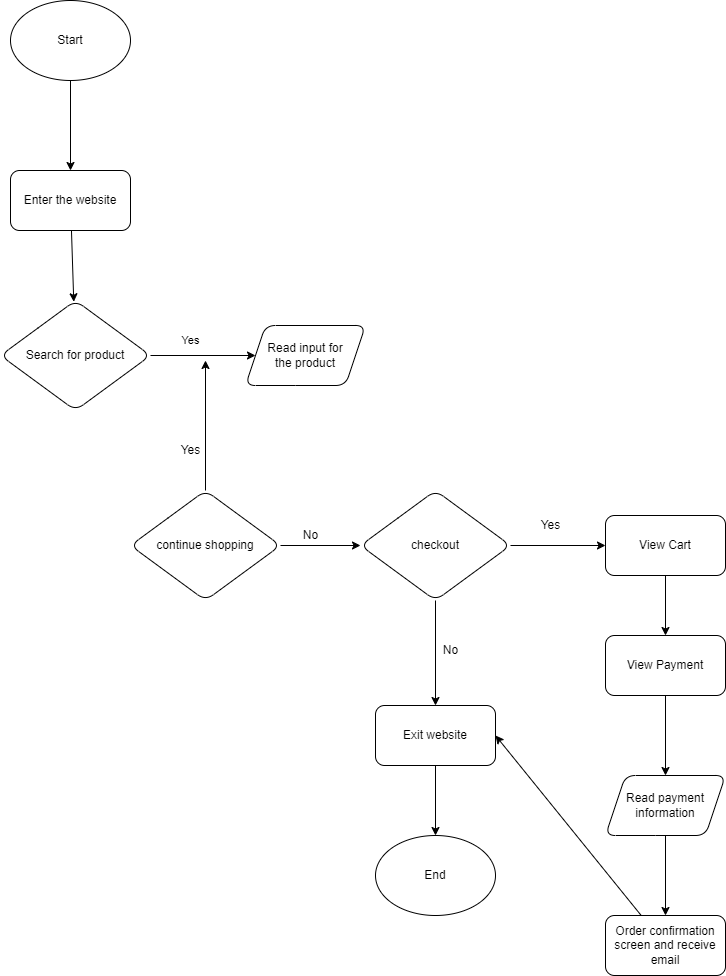
Before: explore/diagramming/diagram.drawio.png, a diagram exported from draw.io (shjucsd/sp24-cse110-lab4). Source tidied: cells renumbered, new cells last; positions are measured from the earlier drawing's top-left corner, leaving out a move shared by most shapes. Source of this version:
```xml
<mxGraphModel>
  <root>
    <mxCell id="0" />
    <mxCell id="1" parent="0" />
    <mxCell id="2" style="edgeStyle=none;html=1;" parent="1" edge="1" source="3">
      <mxGeometry relative="1" as="geometry">
        <mxPoint x="70" y="170" as="targetPoint" />
      </mxGeometry>
    </mxCell>
    <mxCell id="3" value="Start" style="ellipse;whiteSpace=wrap;html=1;" parent="1" vertex="1">
      <mxGeometry x="10" width="120" height="80" as="geometry" />
    </mxCell>
    <mxCell id="4" style="edgeStyle=none;html=1;" parent="1" edge="1" source="5" target="8">
      <mxGeometry relative="1" as="geometry" />
    </mxCell>
    <mxCell id="5" value="Enter the website" style="rounded=1;whiteSpace=wrap;html=1;" parent="1" vertex="1">
      <mxGeometry x="10" y="170" width="120" height="60" as="geometry" />
    </mxCell>
    <mxCell id="6" style="edgeStyle=none;html=1;" parent="1" edge="1" source="8" target="9">
      <mxGeometry relative="1" as="geometry" />
    </mxCell>
    <mxCell id="7" value="Yes" style="edgeLabel;html=1;align=center;verticalAlign=middle;" parent="6" vertex="1">
      <mxGeometry x="-0.43" y="6" relative="1" as="geometry">
        <mxPoint x="10" y="-9" as="offset" />
      </mxGeometry>
    </mxCell>
    <mxCell id="8" value="Search for product" style="rhombus;whiteSpace=wrap;html=1;rounded=1;" parent="1" vertex="1">
      <mxGeometry y="300" width="150" height="110" as="geometry" />
    </mxCell>
    <mxCell id="9" value="Read input for&lt;br&gt;the product" style="shape=parallelogram;perimeter=parallelogramPerimeter;whiteSpace=wrap;html=1;fixedSize=1;rounded=1;" parent="1" vertex="1">
      <mxGeometry x="245" y="325" width="120" height="60" as="geometry" />
    </mxCell>
    <mxCell id="10" style="edgeStyle=none;html=1;" parent="1" edge="1" source="12">
      <mxGeometry relative="1" as="geometry">
        <mxPoint x="205" y="360" as="targetPoint" />
      </mxGeometry>
    </mxCell>
    <mxCell id="11" style="edgeStyle=none;html=1;" parent="1" edge="1" source="12" target="16">
      <mxGeometry relative="1" as="geometry" />
    </mxCell>
    <mxCell id="12" value="continue shopping" style="rhombus;whiteSpace=wrap;html=1;rounded=1;" parent="1" vertex="1">
      <mxGeometry x="130" y="490" width="150" height="110" as="geometry" />
    </mxCell>
    <mxCell id="13" value="Yes" style="text;html=1;align=center;verticalAlign=middle;strokeColor=none;fillColor=none;" parent="1" vertex="1">
      <mxGeometry x="170" y="435" width="40" height="30" as="geometry" />
    </mxCell>
    <mxCell id="14" style="edgeStyle=none;html=1;startArrow=none;" parent="1" edge="1" target="19">
      <mxGeometry relative="1" as="geometry">
        <mxPoint x="570" y="545" as="sourcePoint" />
      </mxGeometry>
    </mxCell>
    <mxCell id="15" style="edgeStyle=none;html=1;" parent="1" edge="1" source="16" target="23">
      <mxGeometry relative="1" as="geometry" />
    </mxCell>
    <mxCell id="16" value="checkout" style="rhombus;whiteSpace=wrap;html=1;rounded=1;" parent="1" vertex="1">
      <mxGeometry x="360" y="490" width="150" height="110" as="geometry" />
    </mxCell>
    <mxCell id="17" value="No" style="text;html=1;align=center;verticalAlign=middle;strokeColor=none;fillColor=none;" parent="1" vertex="1">
      <mxGeometry x="290" y="520" width="40" height="30" as="geometry" />
    </mxCell>
    <mxCell id="18" style="edgeStyle=none;html=1;exitX=0.5;exitY=1;exitDx=0;exitDy=0;entryX=0.5;entryY=0;entryDx=0;entryDy=0;" parent="1" edge="1" source="19" target="26">
      <mxGeometry relative="1" as="geometry" />
    </mxCell>
    <mxCell id="19" value="View Cart" style="whiteSpace=wrap;html=1;rounded=1;" parent="1" vertex="1">
      <mxGeometry x="605" y="515" width="120" height="60" as="geometry" />
    </mxCell>
    <mxCell id="20" style="edgeStyle=none;html=1;endArrow=none;" parent="1" edge="1" source="16">
      <mxGeometry relative="1" as="geometry">
        <mxPoint x="590" y="545" as="targetPoint" />
      </mxGeometry>
    </mxCell>
    <mxCell id="21" value="Yes" style="text;html=1;align=center;verticalAlign=middle;strokeColor=none;fillColor=none;" parent="1" vertex="1">
      <mxGeometry x="530" y="510" width="40" height="30" as="geometry" />
    </mxCell>
    <mxCell id="22" style="edgeStyle=none;html=1;exitX=0.5;exitY=1;exitDx=0;exitDy=0;entryX=0.5;entryY=0;entryDx=0;entryDy=0;" parent="1" edge="1" source="23" target="31">
      <mxGeometry relative="1" as="geometry" />
    </mxCell>
    <mxCell id="23" value="Exit website" style="whiteSpace=wrap;html=1;rounded=1;" parent="1" vertex="1">
      <mxGeometry x="375" y="705" width="120" height="60" as="geometry" />
    </mxCell>
    <mxCell id="24" value="No" style="text;html=1;align=center;verticalAlign=middle;strokeColor=none;fillColor=none;" parent="1" vertex="1">
      <mxGeometry x="430" y="635" width="40" height="30" as="geometry" />
    </mxCell>
    <mxCell id="25" style="edgeStyle=none;html=1;" parent="1" edge="1" source="26" target="28">
      <mxGeometry relative="1" as="geometry" />
    </mxCell>
    <mxCell id="26" value="View Payment" style="whiteSpace=wrap;html=1;rounded=1;" parent="1" vertex="1">
      <mxGeometry x="605" y="635" width="120" height="60" as="geometry" />
    </mxCell>
    <mxCell id="27" style="edgeStyle=none;html=1;" parent="1" edge="1" source="28" target="30">
      <mxGeometry relative="1" as="geometry" />
    </mxCell>
    <mxCell id="28" value="Read payment&lt;br&gt;information" style="shape=parallelogram;perimeter=parallelogramPerimeter;whiteSpace=wrap;html=1;fixedSize=1;rounded=1;" parent="1" vertex="1">
      <mxGeometry x="605" y="775" width="120" height="60" as="geometry" />
    </mxCell>
    <mxCell id="29" style="edgeStyle=none;html=1;entryX=1;entryY=0.5;entryDx=0;entryDy=0;" parent="1" edge="1" source="30" target="23">
      <mxGeometry relative="1" as="geometry" />
    </mxCell>
    <mxCell id="30" value="Order confirmation screen and receive email" style="whiteSpace=wrap;html=1;rounded=1;" parent="1" vertex="1">
      <mxGeometry x="605" y="915" width="120" height="60" as="geometry" />
    </mxCell>
    <mxCell id="31" value="End" style="ellipse;whiteSpace=wrap;html=1;" parent="1" vertex="1">
      <mxGeometry x="375" y="835" width="120" height="80" as="geometry" />
    </mxCell>
  </root>
</mxGraphModel>
```
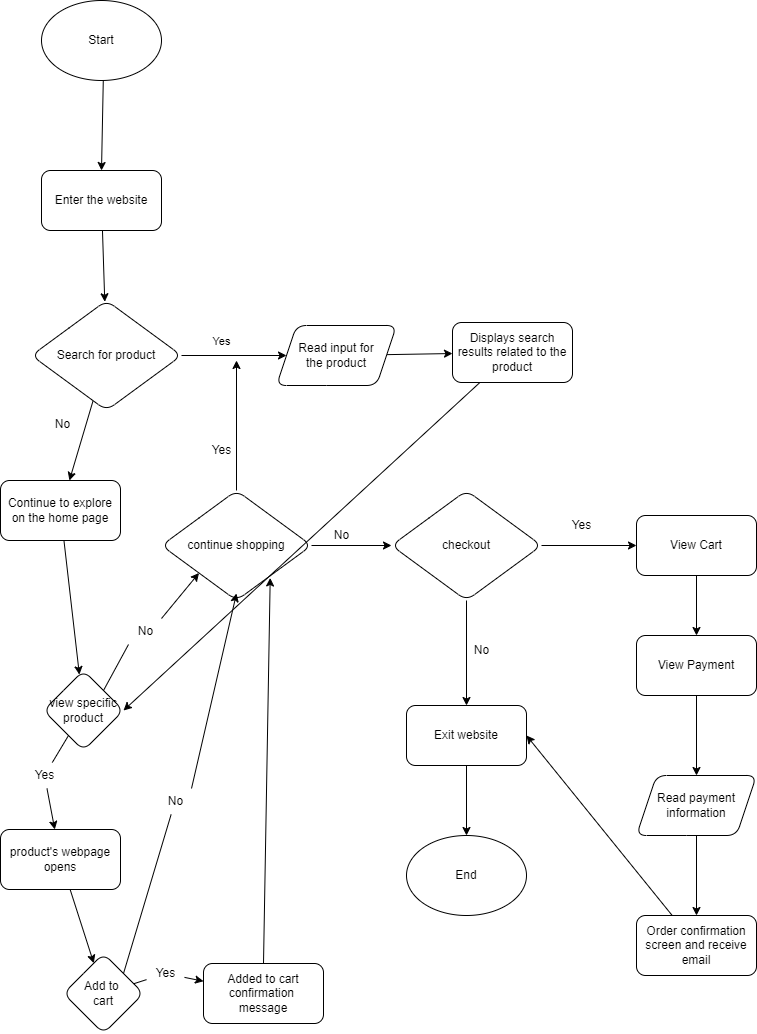
Above is the later version.

Commit message:
completed diagramming

Diff of the diagram source:
```diff
@@ -24,9 +24,15 @@
         <mxPoint x="10" y="-9" as="offset" />
       </mxGeometry>
     </mxCell>
+    <mxCell id="32" style="edgeStyle=none;html=1;" parent="1" edge="1" source="8" target="37">
+      <mxGeometry relative="1" as="geometry" />
+    </mxCell>
     <mxCell id="8" value="Search for product" style="rhombus;whiteSpace=wrap;html=1;rounded=1;" parent="1" vertex="1">
       <mxGeometry y="300" width="150" height="110" as="geometry" />
     </mxCell>
+    <mxCell id="33" style="edgeStyle=none;html=1;" parent="1" edge="1" source="9" target="35">
+      <mxGeometry relative="1" as="geometry" />
+    </mxCell>
     <mxCell id="9" value="Read input for&lt;br&gt;the product" style="shape=parallelogram;perimeter=parallelogramPerimeter;whiteSpace=wrap;html=1;fixedSize=1;rounded=1;" parent="1" vertex="1">
       <mxGeometry x="245" y="325" width="120" height="60" as="geometry" />
     </mxCell>
@@ -102,5 +108,78 @@
     <mxCell id="31" value="End" style="ellipse;whiteSpace=wrap;html=1;" parent="1" vertex="1">
       <mxGeometry x="375" y="835" width="120" height="80" as="geometry" />
     </mxCell>
+    <mxCell id="34" style="edgeStyle=none;html=1;entryX=1;entryY=0.5;entryDx=0;entryDy=0;" parent="1" edge="1" source="35" target="41">
+      <mxGeometry relative="1" as="geometry" />
+    </mxCell>
+    <mxCell id="35" value="Displays search results related to the product" style="whiteSpace=wrap;html=1;rounded=1;" parent="1" vertex="1">
+      <mxGeometry x="421" y="322" width="120" height="60" as="geometry" />
+    </mxCell>
+    <mxCell id="36" style="edgeStyle=none;html=1;" parent="1" edge="1" source="37" target="41">
+      <mxGeometry relative="1" as="geometry" />
+    </mxCell>
+    <mxCell id="37" value="Continue to explore on the home page" style="whiteSpace=wrap;html=1;rounded=1;" parent="1" vertex="1">
+      <mxGeometry x="-31" y="480" width="120" height="60" as="geometry" />
+    </mxCell>
+    <mxCell id="38" value="No" style="text;html=1;align=center;verticalAlign=middle;strokeColor=none;fillColor=none;" parent="1" vertex="1">
+      <mxGeometry x="14" y="411" width="33" height="26" as="geometry" />
+    </mxCell>
+    <mxCell id="39" style="edgeStyle=none;html=1;startArrow=none;" parent="1" edge="1" source="54" target="43">
+      <mxGeometry relative="1" as="geometry" />
+    </mxCell>
+    <mxCell id="40" style="edgeStyle=none;html=1;exitX=1;exitY=0;exitDx=0;exitDy=0;entryX=0;entryY=1;entryDx=0;entryDy=0;startArrow=none;" parent="1" edge="1" source="45" target="12">
+      <mxGeometry relative="1" as="geometry" />
+    </mxCell>
+    <mxCell id="41" value="view specific product" style="rhombus;whiteSpace=wrap;html=1;rounded=1;" parent="1" vertex="1">
+      <mxGeometry x="12" y="670" width="80" height="80" as="geometry" />
+    </mxCell>
+    <mxCell id="42" style="edgeStyle=none;html=1;" parent="1" edge="1" source="43" target="48">
+      <mxGeometry relative="1" as="geometry" />
+    </mxCell>
+    <mxCell id="43" value="product's webpage opens" style="whiteSpace=wrap;html=1;rounded=1;" parent="1" vertex="1">
+      <mxGeometry x="-31" y="829" width="120" height="60" as="geometry" />
+    </mxCell>
+    <mxCell id="44" style="edgeStyle=none;html=1;exitX=1;exitY=0;exitDx=0;exitDy=0;entryX=0;entryY=1;entryDx=0;entryDy=0;endArrow=none;" parent="1" edge="1" source="41" target="45">
+      <mxGeometry relative="1" as="geometry" />
+    </mxCell>
+    <mxCell id="45" value="No" style="text;html=1;align=center;verticalAlign=middle;points=[];strokeColor=none;fillColor=none;" parent="1" vertex="1">
+      <mxGeometry x="97" y="618" width="33" height="26" as="geometry" />
+    </mxCell>
+    <mxCell id="46" style="edgeStyle=none;html=1;startArrow=none;" parent="1" edge="1" source="52" target="50">
+      <mxGeometry relative="1" as="geometry" />
+    </mxCell>
+    <mxCell id="47" style="edgeStyle=none;html=1;exitX=1;exitY=0;exitDx=0;exitDy=0;startArrow=none;" parent="1" edge="1" source="56">
+      <mxGeometry relative="1" as="geometry">
+        <mxPoint x="205" y="593" as="targetPoint" />
+      </mxGeometry>
+    </mxCell>
+    <mxCell id="48" value="Add to&amp;nbsp;&lt;br&gt;cart" style="rhombus;whiteSpace=wrap;html=1;rounded=1;" parent="1" vertex="1">
+      <mxGeometry x="32" y="953" width="80" height="80" as="geometry" />
+    </mxCell>
+    <mxCell id="49" style="edgeStyle=none;html=1;exitX=0.5;exitY=0;exitDx=0;exitDy=0;" parent="1" edge="1" source="50">
+      <mxGeometry relative="1" as="geometry">
+        <mxPoint x="238.7" y="577.5" as="targetPoint" />
+      </mxGeometry>
+    </mxCell>
+    <mxCell id="50" value="Added to cart&lt;br&gt;confirmation&amp;nbsp;&lt;br&gt;message" style="whiteSpace=wrap;html=1;rounded=1;" parent="1" vertex="1">
+      <mxGeometry x="172" y="963" width="120" height="60" as="geometry" />
+    </mxCell>
+    <mxCell id="51" style="edgeStyle=none;html=1;endArrow=none;" parent="1" edge="1" source="48" target="52">
+      <mxGeometry relative="1" as="geometry" />
+    </mxCell>
+    <mxCell id="52" value="Yes" style="text;html=1;align=center;verticalAlign=middle;points=[];strokeColor=none;fillColor=none;" parent="1" vertex="1">
+      <mxGeometry x="115" y="960" width="38" height="26" as="geometry" />
+    </mxCell>
+    <mxCell id="53" style="edgeStyle=none;html=1;endArrow=none;" parent="1" edge="1" source="41" target="54">
+      <mxGeometry relative="1" as="geometry" />
+    </mxCell>
+    <mxCell id="54" value="Yes" style="text;html=1;align=center;verticalAlign=middle;points=[];strokeColor=none;fillColor=none;" parent="1" vertex="1">
+      <mxGeometry x="-6" y="762" width="38" height="26" as="geometry" />
+    </mxCell>
+    <mxCell id="55" style="edgeStyle=none;html=1;exitX=1;exitY=0;exitDx=0;exitDy=0;endArrow=none;" parent="1" edge="1" source="48" target="56">
+      <mxGeometry relative="1" as="geometry" />
+    </mxCell>
+    <mxCell id="56" value="No" style="text;html=1;align=center;verticalAlign=middle;points=[];strokeColor=none;fillColor=none;" parent="1" vertex="1">
+      <mxGeometry x="127" y="788" width="33" height="26" as="geometry" />
+    </mxCell>
   </root>
 </mxGraphModel>
```
